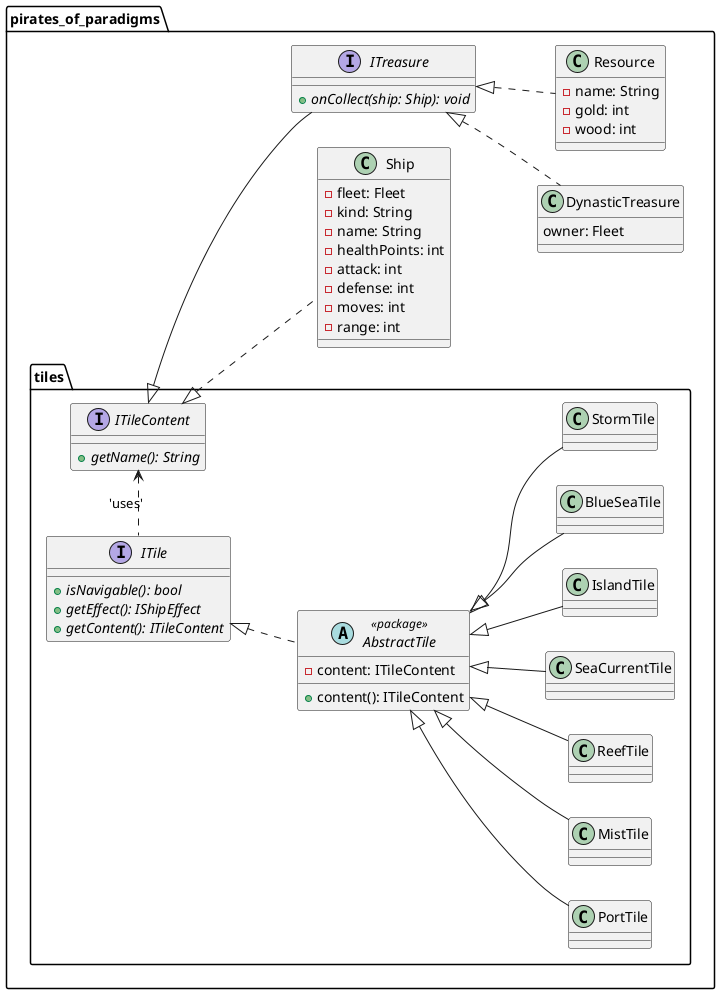
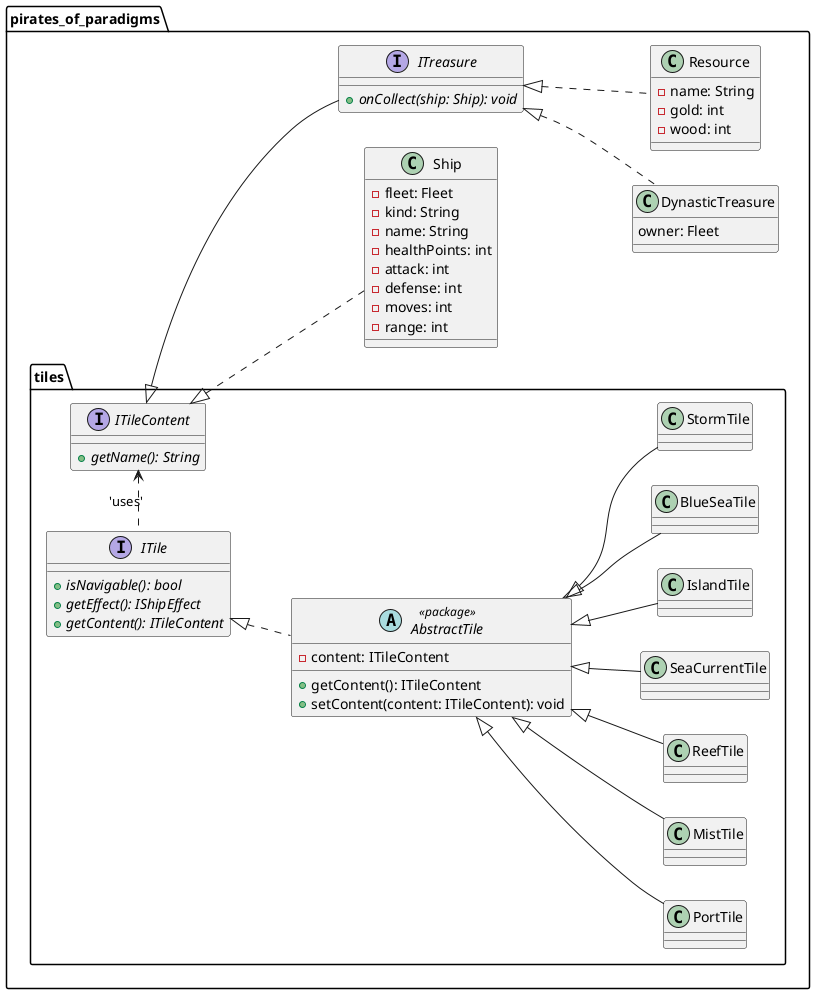
@startuml
left to right direction

package "pirates_of_paradigms" {
    package "tiles" {
        interface ITile
        interface ITileContent
        abstract AbstractTile <<package>> implements ITile
        class BlueSeaTile extends AbstractTile
        class StormTile extends AbstractTile
        class PortTile extends AbstractTile
        class MistTile extends AbstractTile
        class ReefTile extends AbstractTile
        class SeaCurrentTile extends AbstractTile
        class IslandTile extends AbstractTile
        ITileContent <. ITile : 'uses'
    }

    interface ITreasure implements tiles.ITileContent
    class Resource implements ITreasure
    class DynasticTreasure implements ITreasure
    class Ship implements tiles.ITileContent
}

' ################################################################
' Esta sección es para definir miembros y metodos
' ################################################################

interface pirates_of_paradigms.tiles.ITile {
    + {abstract} isNavigable(): bool
    + {abstract} getEffect(): IShipEffect
    + {abstract} getContent(): ITileContent
}

interface pirates_of_paradigms.tiles.ITileContent {
    + {abstract} getName(): String
}

abstract pirates_of_paradigms.tiles.AbstractTile {
    - content: ITileContent
-     + content(): ITileContent
+     + getContent(): ITileContent
+     + setContent(content: ITileContent): void
}

interface pirates_of_paradigms.ITreasure {
    + {abstract} onCollect(ship: Ship): void
}

class pirates_of_paradigms.Resource {
    - name: String
    - gold: int
    - wood: int
}

class pirates_of_paradigms.DynasticTreasure {
    owner: Fleet
}

class pirates_of_paradigms.Ship {
    - fleet: Fleet
    - kind: String
    - name: String
    - healthPoints: int
    - attack: int
    - defense: int
    - moves: int
    - range: int
}

@enduml